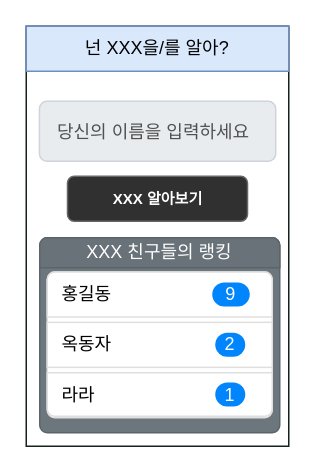
The draw.io diagram Untitled Diagram.drawio in dddog/pickme, before the edit. Source tidied: cells renumbered, new cells numbered last; positions are measured from the earlier drawing's top-left corner, leaving out a move shared by most shapes. Both pictures are drawn from the tidied source at 150%, with x=0, y=0 at pixel (26, 26).
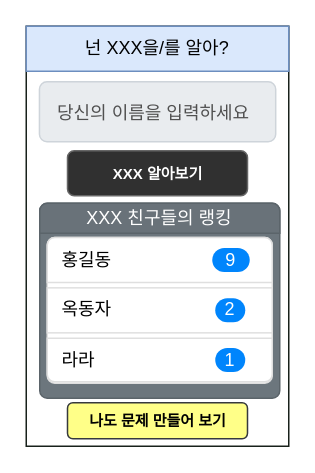
After the change.

What changed in the source:
```diff
@@
 <mxGraphModel>
   <root>
     <mxCell id="0" />
     <mxCell id="1" parent="0" />
     <mxCell id="2" style="verticalLabelPosition=bottom;verticalAlign=top;html=1;shadow=0;dashed=0;strokeWidth=1;shape=mxgraph.ios.iBgFlat;strokeColor=#18211b;" parent="1" vertex="1">
       <mxGeometry width="175" height="280" as="geometry" />
     </mxCell>
     <mxCell id="3" value="넌 XXX을/를 알아?" style="rounded=0;whiteSpace=wrap;html=1;fillColor=#dae8fc;strokeColor=#6c8ebf;" parent="1" vertex="1">
       <mxGeometry width="175" height="30" as="geometry" />
     </mxCell>
     <mxCell id="4" value="XXX 알아보기" style="rounded=1;html=1;shadow=0;dashed=0;whiteSpace=wrap;fontSize=10;align=center;strokeColor=#666666;fontStyle=1;fontFamily=Helvetica;fontColor=#FFFFFF;fillColor=#303030;" parent="1" vertex="1">
-      <mxGeometry x="27.5" y="100" width="120" height="30" as="geometry" />
+      <mxGeometry x="27.5" y="83" width="120" height="30" as="geometry" />
     </mxCell>
     <mxCell id="5" value="&lt;font style=&quot;font-size: 12px&quot;&gt;당신의 이름을 입력하세요&lt;/font&gt;" style="html=1;shadow=0;dashed=0;shape=mxgraph.bootstrap.rrect;rSize=5;strokeColor=#CED4DA;strokeWidth=1;fillColor=#E9ECEF;fontColor=#505050;whiteSpace=wrap;align=left;verticalAlign=middle;spacingLeft=10;fontSize=14;" parent="1" vertex="1">
-      <mxGeometry x="8.8" y="50" width="157.5" height="40" as="geometry" />
+      <mxGeometry x="8.8" y="37" width="157.5" height="40" as="geometry" />
     </mxCell>
     <mxCell id="6" style="html=1;shadow=0;dashed=0;shape=mxgraph.bootstrap.rrect;rSize=5;strokeColor=#5B646A;html=1;whiteSpace=wrap;fillColor=#6C767D;fontColor=#ffffff;verticalAlign=bottom;align=left;spacing=20;spacingBottom=0;fontSize=14;" parent="1" vertex="1">
-      <mxGeometry x="9" y="141" width="160" height="130" as="geometry" />
+      <mxGeometry x="9" y="118" width="160" height="130" as="geometry" />
     </mxCell>
     <mxCell id="7" value="XXX 친구들의 랭킹" style="html=1;shadow=0;dashed=0;shape=mxgraph.bootstrap.topButton;rSize=5;perimeter=none;whiteSpace=wrap;fillColor=#697279;strokeColor=#5B646A;fontColor=#ffffff;fontSize=12;align=center;spacing=20;" parent="6" vertex="1">
       <mxGeometry width="160" height="20" relative="1" as="geometry" />
     </mxCell>
     <mxCell id="8" style="html=1;shadow=0;dashed=0;shape=mxgraph.bootstrap.rrect;rSize=5;strokeColor=#DFDFDF;html=1;whiteSpace=wrap;fillColor=#FFFFFF;fontColor=#000000;" parent="6" vertex="1">
       <mxGeometry x="5" y="22.9" width="150" height="97.1" as="geometry" />
     </mxCell>
     <mxCell id="9" value="홍길동" style="strokeColor=inherit;fillColor=inherit;gradientColor=inherit;fontColor=inherit;html=1;shadow=0;dashed=0;shape=mxgraph.bootstrap.topButton;rSize=5;perimeter=none;whiteSpace=wrap;align=left;spacing=10;" parent="8" vertex="1">
       <mxGeometry width="150" height="30" relative="1" as="geometry" />
     </mxCell>
     <mxCell id="10" value="9" style="strokeColor=inherit;fillColor=inherit;gradientColor=inherit;fontColor=inherit;html=1;shadow=0;dashed=0;shape=mxgraph.bootstrap.rrect;rSize=8;fillColor=#0085FC;strokeColor=none;fontColor=#ffffff;whiteSpace=wrap;" parent="9" vertex="1">
       <mxGeometry x="1" y="0.5" width="25" height="16" relative="1" as="geometry">
         <mxPoint x="-40" y="-8" as="offset" />
       </mxGeometry>
     </mxCell>
     <mxCell id="11" value="옥동자" style="strokeColor=inherit;fillColor=inherit;gradientColor=inherit;fontColor=inherit;html=1;shadow=0;dashed=0;perimeter=none;whiteSpace=wrap;align=left;spacing=10;" parent="8" vertex="1">
       <mxGeometry width="150" height="30" relative="1" as="geometry">
         <mxPoint y="33.5" as="offset" />
       </mxGeometry>
     </mxCell>
     <mxCell id="12" value="2" style="strokeColor=inherit;fillColor=inherit;gradientColor=inherit;fontColor=inherit;html=1;shadow=0;dashed=0;shape=mxgraph.bootstrap.rrect;rSize=8;fillColor=#0085FC;strokeColor=none;fontColor=#ffffff;whiteSpace=wrap;" parent="11" vertex="1">
       <mxGeometry x="1" y="0.5" width="20" height="16" relative="1" as="geometry">
         <mxPoint x="-38" y="-8" as="offset" />
       </mxGeometry>
     </mxCell>
     <mxCell id="13" value="라라" style="strokeColor=inherit;fillColor=inherit;gradientColor=inherit;fontColor=inherit;html=1;shadow=0;dashed=0;shape=mxgraph.bootstrap.bottomButton;rSize=5;perimeter=none;whiteSpace=wrap;align=left;spacing=10;" parent="8" vertex="1">
       <mxGeometry y="1" width="150" height="29" relative="1" as="geometry">
         <mxPoint y="-30" as="offset" />
       </mxGeometry>
     </mxCell>
     <mxCell id="14" value="1" style="strokeColor=inherit;fillColor=inherit;gradientColor=inherit;fontColor=inherit;html=1;shadow=0;dashed=0;shape=mxgraph.bootstrap.rrect;rSize=8;fillColor=#0085FC;strokeColor=none;fontColor=#ffffff;whiteSpace=wrap;" parent="13" vertex="1">
       <mxGeometry x="1" y="0.5" width="20" height="16" relative="1" as="geometry">
         <mxPoint x="-38" y="-8" as="offset" />
       </mxGeometry>
     </mxCell>
+    <mxCell id="15" value="나도 문제 만들어 보기" style="rounded=1;html=1;shadow=0;dashed=0;whiteSpace=wrap;fontSize=10;align=center;strokeColor=#36393d;fontStyle=1;fontFamily=Helvetica;fillColor=#ffff88;" parent="1" vertex="1">
+      <mxGeometry x="27.5" y="251" width="120" height="24" as="geometry" />
+    </mxCell>
   </root>
 </mxGraphModel>
```
